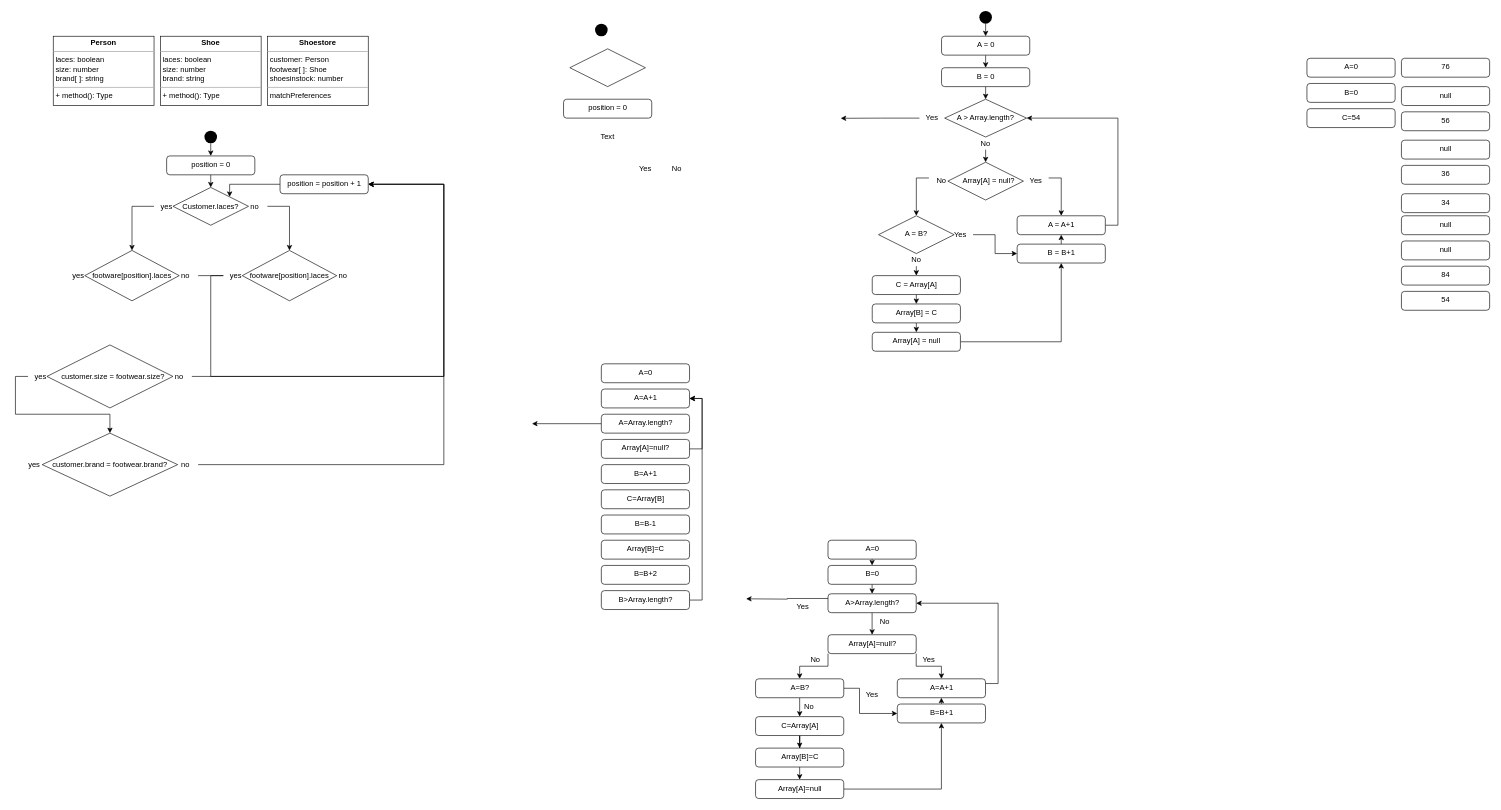
Before: Untitled Diagram.drawio in NathanKCoding/cscs1240s21A, a draw.io diagram. Source tidied: cells renumbered, new cells numbered last; positions are measured from the earlier drawing's top-left corner, leaving out a move shared by most shapes. Both pictures are drawn from the tidied source at 63%, with x=0, y=0 at pixel (15, 11).
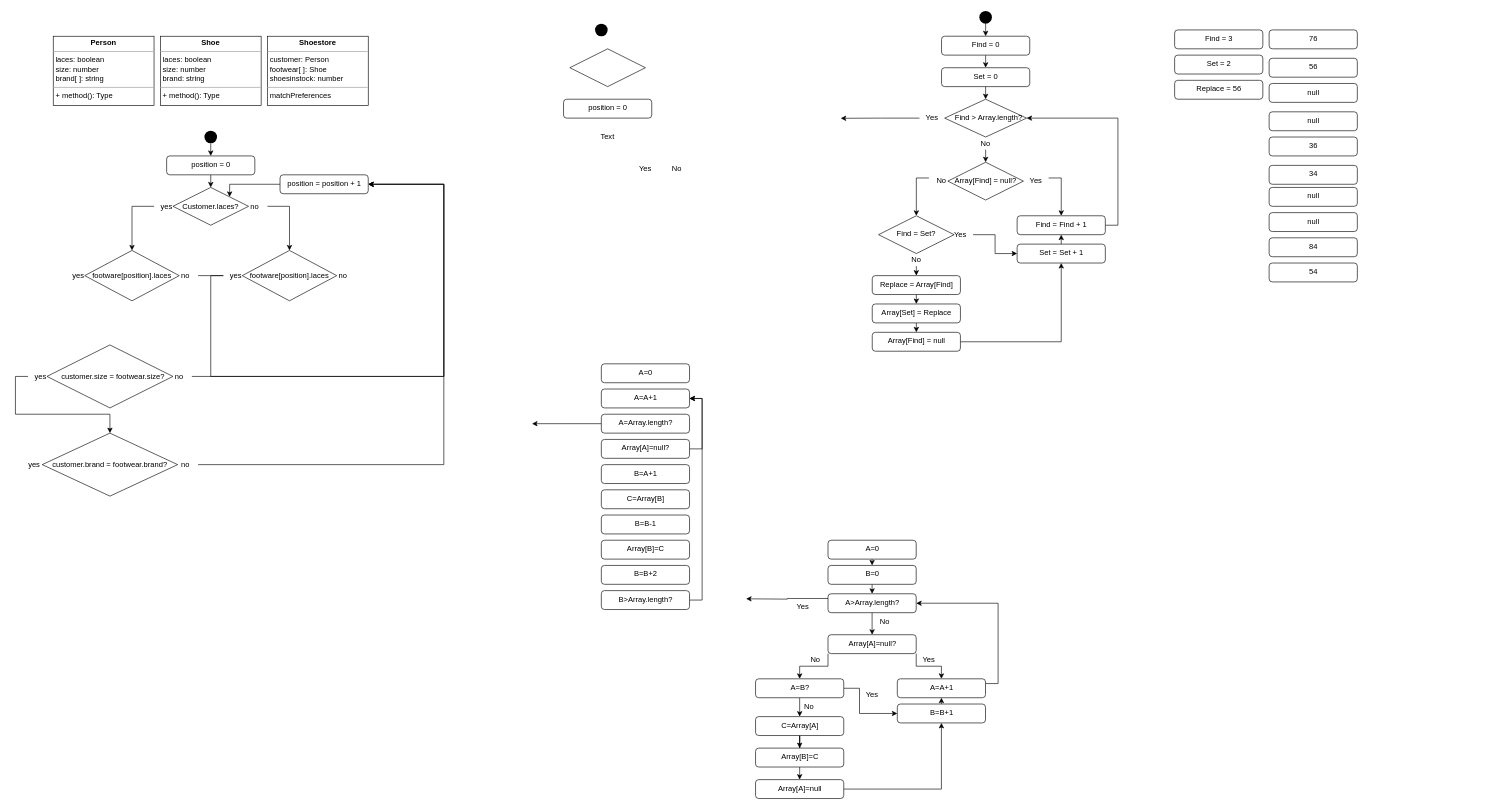
The same diagram, later.

Commit message:
replaced A, B, and C with Find, Set, and replace respectivally

Diff of the diagram source:
```diff
@@
     <mxCell id="90" value="76" style="html=1;align=center;verticalAlign=top;rounded=1;absoluteArcSize=1;arcSize=10;dashed=0;" parent="1" vertex="1">
-      <mxGeometry x="2200" y="75" width="140" height="30" as="geometry" />
+      <mxGeometry x="1990" y="30" width="140" height="30" as="geometry" />
     </mxCell>
     <mxCell id="91" value="84" style="html=1;align=center;verticalAlign=top;rounded=1;absoluteArcSize=1;arcSize=10;dashed=0;" parent="1" vertex="1">
-      <mxGeometry x="2200" y="405" width="140" height="30" as="geometry" />
+      <mxGeometry x="1990" y="360" width="140" height="30" as="geometry" />
     </mxCell>
     <mxCell id="92" value="36" style="html=1;align=center;verticalAlign=top;rounded=1;absoluteArcSize=1;arcSize=10;dashed=0;" parent="1" vertex="1">
-      <mxGeometry x="2200" y="245" width="140" height="30" as="geometry" />
+      <mxGeometry x="1990" y="200" width="140" height="30" as="geometry" />
     </mxCell>
-    <mxCell id="93" value="56" style="html=1;align=center;verticalAlign=top;rounded=1;absoluteArcSize=1;arcSize=10;dashed=0;" parent="1" vertex="1">
-      <mxGeometry x="2200" y="160" width="140" height="30" as="geometry" />
+    <mxCell id="93" value="null" style="html=1;align=center;verticalAlign=top;rounded=1;absoluteArcSize=1;arcSize=10;dashed=0;" parent="1" vertex="1">
+      <mxGeometry x="1990" y="115" width="140" height="30" as="geometry" />
     </mxCell>
     <mxCell id="94" value="34" style="html=1;align=center;verticalAlign=top;rounded=1;absoluteArcSize=1;arcSize=10;dashed=0;" parent="1" vertex="1">
-      <mxGeometry x="2200" y="290" width="140" height="30" as="geometry" />
+      <mxGeometry x="1990" y="245" width="140" height="30" as="geometry" />
     </mxCell>
     <mxCell id="95" value="54" style="html=1;align=center;verticalAlign=top;rounded=1;absoluteArcSize=1;arcSize=10;dashed=0;" parent="1" vertex="1">
-      <mxGeometry x="2200" y="445" width="140" height="30" as="geometry" />
+      <mxGeometry x="1990" y="400" width="140" height="30" as="geometry" />
     </mxCell>
-    <mxCell id="96" value="null" style="html=1;align=center;verticalAlign=top;rounded=1;absoluteArcSize=1;arcSize=10;dashed=0;" parent="1" vertex="1">
-      <mxGeometry x="2200" y="120" width="140" height="30" as="geometry" />
+    <mxCell id="96" value="56" style="html=1;align=center;verticalAlign=top;rounded=1;absoluteArcSize=1;arcSize=10;dashed=0;" parent="1" vertex="1">
+      <mxGeometry x="1990" y="75" width="140" height="30" as="geometry" />
     </mxCell>
     <mxCell id="97" value="null" style="html=1;align=center;verticalAlign=top;rounded=1;absoluteArcSize=1;arcSize=10;dashed=0;" parent="1" vertex="1">
-      <mxGeometry x="2200" y="325" width="140" height="30" as="geometry" />
+      <mxGeometry x="1990" y="280" width="140" height="30" as="geometry" />
     </mxCell>
     <mxCell id="98" value="null" style="html=1;align=center;verticalAlign=top;rounded=1;absoluteArcSize=1;arcSize=10;dashed=0;" parent="1" vertex="1">
-      <mxGeometry x="2200" y="365" width="140" height="30" as="geometry" />
+      <mxGeometry x="1990" y="320" width="140" height="30" as="geometry" />
     </mxCell>
     <mxCell id="99" value="null" style="html=1;align=center;verticalAlign=top;rounded=1;absoluteArcSize=1;arcSize=10;dashed=0;" parent="1" vertex="1">
-      <mxGeometry x="2200" y="205" width="140" height="30" as="geometry" />
+      <mxGeometry x="1990" y="160" width="140" height="30" as="geometry" />
     </mxCell>
-    <mxCell id="100" value="A=0" style="html=1;align=center;verticalAlign=top;rounded=1;absoluteArcSize=1;arcSize=10;dashed=0;" parent="1" vertex="1">
-      <mxGeometry x="2050" y="75" width="140" height="30" as="geometry" />
+    <mxCell id="100" value="Find = 3" style="html=1;align=center;verticalAlign=top;rounded=1;absoluteArcSize=1;arcSize=10;dashed=0;" parent="1" vertex="1">
+      <mxGeometry x="1840" y="30" width="140" height="30" as="geometry" />
     </mxCell>
-    <mxCell id="101" value="B=0" style="html=1;align=center;verticalAlign=top;rounded=1;absoluteArcSize=1;arcSize=10;dashed=0;" parent="1" vertex="1">
-      <mxGeometry x="2050" y="115" width="140" height="30" as="geometry" />
-    </mxCell>
-    <mxCell id="102" value="C=54" style="html=1;align=center;verticalAlign=top;rounded=1;absoluteArcSize=1;arcSize=10;dashed=0;" parent="1" vertex="1">
-      <mxGeometry x="2050" y="155" width="140" height="30" as="geometry" />
+    <mxCell id="102" value="Replace = 56" style="html=1;align=center;verticalAlign=top;rounded=1;absoluteArcSize=1;arcSize=10;dashed=0;" parent="1" vertex="1">
+      <mxGeometry x="1840" y="110" width="140" height="30" as="geometry" />
     </mxCell>
@@
-    <mxCell id="104" value="A = 0" style="html=1;align=center;verticalAlign=top;rounded=1;absoluteArcSize=1;arcSize=10;dashed=0;" parent="1" vertex="1">
+    <mxCell id="104" value="Find = 0" style="html=1;align=center;verticalAlign=top;rounded=1;absoluteArcSize=1;arcSize=10;dashed=0;" parent="1" vertex="1">
       <mxGeometry x="1470" y="40" width="140" height="30" as="geometry" />
     </mxCell>
@@
-    <mxCell id="106" value="B = 0" style="html=1;align=center;verticalAlign=top;rounded=1;absoluteArcSize=1;arcSize=10;dashed=0;" parent="1" vertex="1">
+    <mxCell id="106" value="Set = 0" style="html=1;align=center;verticalAlign=top;rounded=1;absoluteArcSize=1;arcSize=10;dashed=0;" parent="1" vertex="1">
       <mxGeometry x="1470" y="90" width="140" height="30" as="geometry" />
     </mxCell>
@@
-    <mxCell id="108" value="A &amp;gt; Array.length?" style="text;html=1;strokeColor=none;fillColor=none;align=center;verticalAlign=middle;whiteSpace=wrap;rounded=0;" parent="1" vertex="1">
-      <mxGeometry x="1490" y="160" width="100" height="20" as="geometry" />
+    <mxCell id="108" value="Find &amp;gt; Array.length?" style="text;html=1;strokeColor=none;fillColor=none;align=center;verticalAlign=middle;whiteSpace=wrap;rounded=0;" parent="1" vertex="1">
+      <mxGeometry x="1490" y="160" width="110" height="20" as="geometry" />
     </mxCell>
@@
-    <mxCell id="114" value="Array[A] = null?" style="text;html=1;strokeColor=none;fillColor=none;align=center;verticalAlign=middle;whiteSpace=wrap;rounded=0;" parent="1" vertex="1">
-      <mxGeometry x="1500" y="260" width="90" height="20" as="geometry" />
+    <mxCell id="114" value="Array[Find] = null?" style="text;html=1;strokeColor=none;fillColor=none;align=center;verticalAlign=middle;whiteSpace=wrap;rounded=0;" parent="1" vertex="1">
+      <mxGeometry x="1490" y="260" width="100" height="20" as="geometry" />
     </mxCell>
@@
-    <mxCell id="116" value="A = A+1" style="html=1;align=center;verticalAlign=top;rounded=1;absoluteArcSize=1;arcSize=10;dashed=0;" parent="1" vertex="1">
+    <mxCell id="116" value="Find = Find + 1" style="html=1;align=center;verticalAlign=top;rounded=1;absoluteArcSize=1;arcSize=10;dashed=0;" parent="1" vertex="1">
       <mxGeometry x="1590" y="325" width="140" height="30" as="geometry" />
     </mxCell>
@@
-    <mxCell id="118" value="B = B+1" style="html=1;align=center;verticalAlign=top;rounded=1;absoluteArcSize=1;arcSize=10;dashed=0;" parent="1" vertex="1">
+    <mxCell id="118" value="Set = Set + 1" style="html=1;align=center;verticalAlign=top;rounded=1;absoluteArcSize=1;arcSize=10;dashed=0;" parent="1" vertex="1">
       <mxGeometry x="1590" y="370" width="140" height="30" as="geometry" />
     </mxCell>
@@
-    <mxCell id="124" value="A = B?" style="text;html=1;strokeColor=none;fillColor=none;align=center;verticalAlign=middle;whiteSpace=wrap;rounded=0;" parent="1" vertex="1">
-      <mxGeometry x="1410" y="340" width="40" height="25" as="geometry" />
+    <mxCell id="124" value="Find = Set?" style="text;html=1;strokeColor=none;fillColor=none;align=center;verticalAlign=middle;whiteSpace=wrap;rounded=0;" parent="1" vertex="1">
+      <mxGeometry x="1395" y="340" width="70" height="25" as="geometry" />
     </mxCell>
@@
-    <mxCell id="130" value="C = Array[A]" style="html=1;align=center;verticalAlign=top;rounded=1;absoluteArcSize=1;arcSize=10;dashed=0;" parent="1" vertex="1">
+    <mxCell id="130" value="Replace = Array[Find]" style="html=1;align=center;verticalAlign=top;rounded=1;absoluteArcSize=1;arcSize=10;dashed=0;" parent="1" vertex="1">
       <mxGeometry x="1360" y="420" width="140" height="30" as="geometry" />
     </mxCell>
@@
-    <mxCell id="132" value="Array[B] = C" style="html=1;align=center;verticalAlign=top;rounded=1;absoluteArcSize=1;arcSize=10;dashed=0;" parent="1" vertex="1">
+    <mxCell id="132" value="Array[Set] = Replace" style="html=1;align=center;verticalAlign=top;rounded=1;absoluteArcSize=1;arcSize=10;dashed=0;" parent="1" vertex="1">
       <mxGeometry x="1360" y="465" width="140" height="30" as="geometry" />
     </mxCell>
@@
-    <mxCell id="134" value="Array[A] = null" style="html=1;align=center;verticalAlign=top;rounded=1;absoluteArcSize=1;arcSize=10;dashed=0;" parent="1" vertex="1">
+    <mxCell id="134" value="Array[Find] = null" style="html=1;align=center;verticalAlign=top;rounded=1;absoluteArcSize=1;arcSize=10;dashed=0;" parent="1" vertex="1">
       <mxGeometry x="1360" y="510" width="140" height="30" as="geometry" />
     </mxCell>
+    <mxCell id="135" value="Set = 2" style="html=1;align=center;verticalAlign=top;rounded=1;absoluteArcSize=1;arcSize=10;dashed=0;" parent="1" vertex="1">
+      <mxGeometry x="1840" y="70" width="140" height="30" as="geometry" />
+    </mxCell>
```
